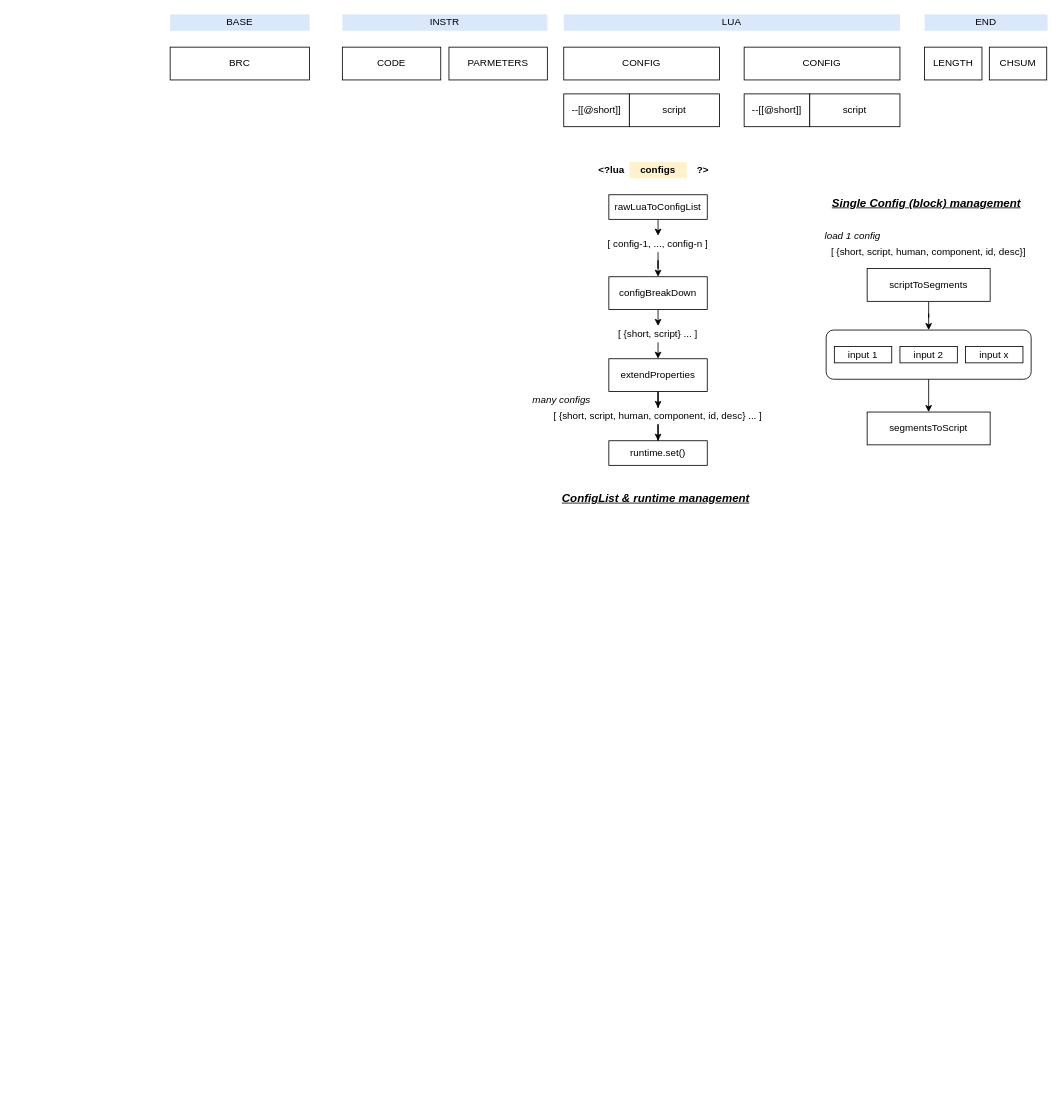
intechstudio/grid-editor keeps this draw.io diagram as page "parse scripts" (3 of 4) of doc-editor.drawio. Above is the earlier version. Source tidied: cells renumbered, new cells numbered last; positions are measured from the earlier drawing's top-left corner, leaving out a move shared by most shapes. Both pictures are drawn from the tidied source at 82%, with x=0, y=0 at pixel (170, 14).
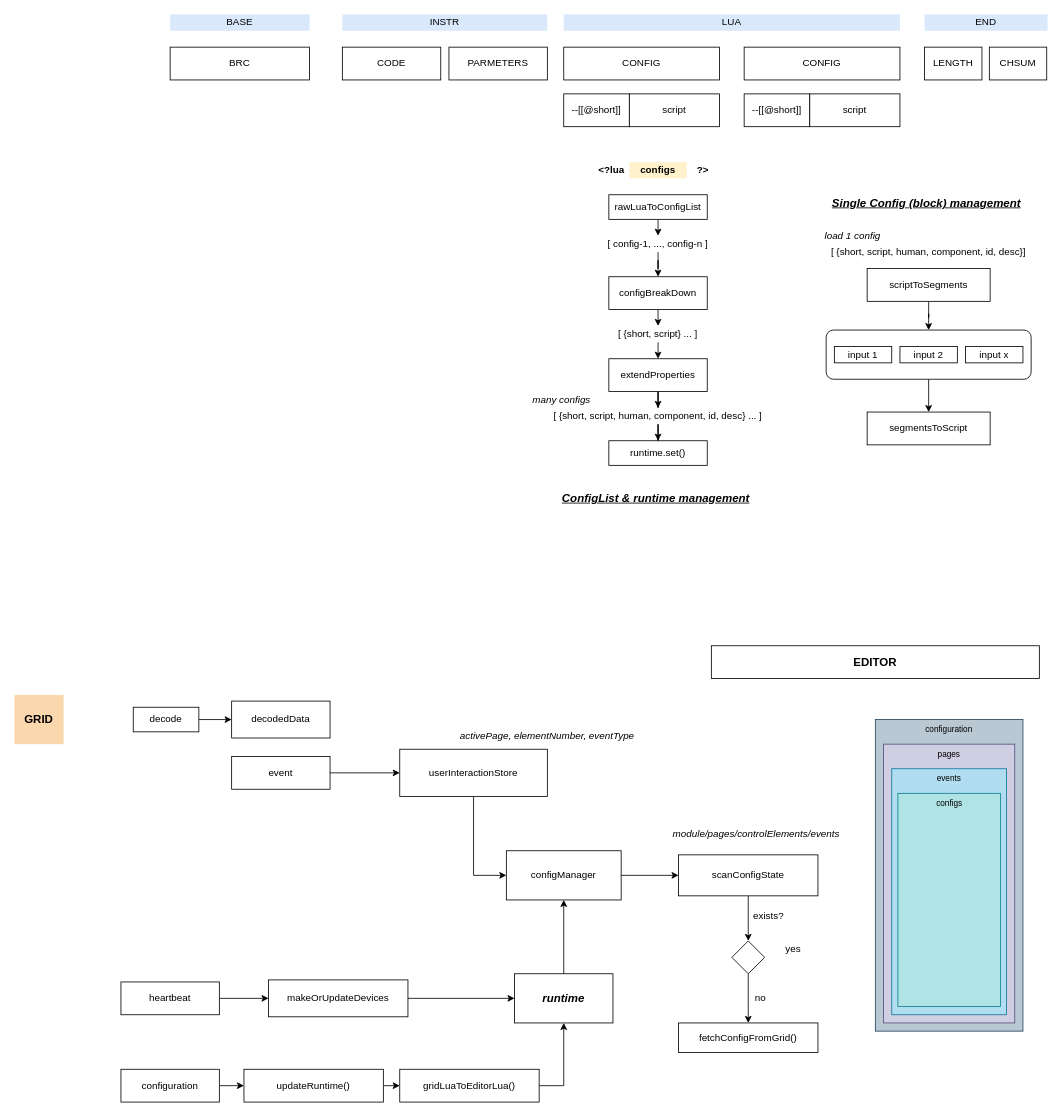
The same page after the edit.

Change to the diagram source:
```diff
@@
+    <mxCell id="48" value="configuration" style="rounded=0;whiteSpace=wrap;html=1;fontSize=10;verticalAlign=top;fillColor=#bac8d3;strokeColor=#23445d;" parent="1" vertex="1">
+      <mxGeometry x="860" y="860" width="180" height="380" as="geometry" />
+    </mxCell>
@@
+    <mxCell id="49" value="GRID" style="rounded=0;whiteSpace=wrap;html=1;fontStyle=1;fontSize=14;fillColor=#fad7ac;strokeColor=none;" parent="1" vertex="1">
+      <mxGeometry x="-190" y="830" width="60" height="60" as="geometry" />
+    </mxCell>
+    <mxCell id="50" value="EDITOR" style="rounded=0;whiteSpace=wrap;html=1;fontSize=14;fontStyle=1;" parent="1" vertex="1">
+      <mxGeometry x="660" y="770" width="400" height="40" as="geometry" />
+    </mxCell>
+    <mxCell id="51" style="edgeStyle=orthogonalEdgeStyle;rounded=0;jettySize=auto;html=1;exitX=0.5;exitY=0;exitDx=0;exitDy=0;fontSize=12;" parent="1" edge="1" source="52" target="72">
+      <mxGeometry relative="1" as="geometry" />
+    </mxCell>
+    <mxCell id="52" value="&lt;b&gt;runtime&lt;/b&gt;" style="rounded=0;whiteSpace=wrap;html=1;fontSize=14;fontStyle=2;" parent="1" vertex="1">
+      <mxGeometry x="420" y="1170" width="120" height="60" as="geometry" />
+    </mxCell>
+    <mxCell id="53" value="pages" style="rounded=0;whiteSpace=wrap;html=1;fontSize=10;verticalAlign=top;fillColor=#d0cee2;strokeColor=#56517e;" parent="1" vertex="1">
+      <mxGeometry x="870" y="890" width="160" height="340" as="geometry" />
+    </mxCell>
+    <mxCell id="54" value="events" style="rounded=0;whiteSpace=wrap;html=1;fontSize=10;verticalAlign=top;fillColor=#b1ddf0;strokeColor=#10739e;" parent="1" vertex="1">
+      <mxGeometry x="880" y="920" width="140" height="300" as="geometry" />
+    </mxCell>
+    <mxCell id="55" value="configs" style="rounded=0;whiteSpace=wrap;html=1;fontSize=10;verticalAlign=top;fillColor=#b0e3e6;strokeColor=#0e8088;" parent="1" vertex="1">
+      <mxGeometry x="887.5" y="950" width="125" height="260" as="geometry" />
+    </mxCell>
+    <mxCell id="56" style="edgeStyle=orthogonalEdgeStyle;rounded=0;jettySize=auto;html=1;exitX=1;exitY=0.5;exitDx=0;exitDy=0;fontSize=12;" parent="1" edge="1" source="57" target="58">
+      <mxGeometry relative="1" as="geometry" />
+    </mxCell>
+    <mxCell id="57" value="decode" style="rounded=0;whiteSpace=wrap;html=1;fontSize=12;" parent="1" vertex="1">
+      <mxGeometry x="-45" y="845" width="80" height="30" as="geometry" />
+    </mxCell>
+    <mxCell id="58" value="decodedData" style="rounded=0;whiteSpace=wrap;html=1;fontSize=12;" parent="1" vertex="1">
+      <mxGeometry x="75" y="837.5" width="120" height="45" as="geometry" />
+    </mxCell>
+    <mxCell id="59" style="edgeStyle=orthogonalEdgeStyle;rounded=0;jettySize=auto;html=1;exitX=1;exitY=0.5;exitDx=0;exitDy=0;fontSize=12;" parent="1" edge="1" source="60" target="65">
+      <mxGeometry relative="1" as="geometry" />
+    </mxCell>
+    <mxCell id="60" value="event" style="rounded=0;whiteSpace=wrap;html=1;fontSize=12;" parent="1" vertex="1">
+      <mxGeometry x="75" y="905" width="120" height="40" as="geometry" />
+    </mxCell>
+    <mxCell id="61" style="edgeStyle=orthogonalEdgeStyle;rounded=0;jettySize=auto;html=1;exitX=0.5;exitY=1;exitDx=0;exitDy=0;entryX=0.5;entryY=0;entryDx=0;entryDy=0;fontSize=12;" parent="1" edge="1" source="62" target="74">
+      <mxGeometry relative="1" as="geometry" />
+    </mxCell>
+    <mxCell id="62" value="scanConfigState" style="rounded=0;whiteSpace=wrap;html=1;fontSize=12;" parent="1" vertex="1">
+      <mxGeometry x="620" y="1025" width="170" height="50" as="geometry" />
+    </mxCell>
+    <mxCell id="63" value="module/pages/controlElements/events" style="text;html=1;strokeColor=none;fillColor=none;align=center;verticalAlign=middle;whiteSpace=wrap;rounded=0;fontSize=12;fontStyle=2;" parent="1" vertex="1">
+      <mxGeometry x="610" y="990" width="210" height="20" as="geometry" />
+    </mxCell>
+    <mxCell id="64" style="edgeStyle=orthogonalEdgeStyle;rounded=0;jettySize=auto;html=1;exitX=0.5;exitY=1;exitDx=0;exitDy=0;entryX=0;entryY=0.5;entryDx=0;entryDy=0;fontSize=12;" parent="1" edge="1" source="65" target="72">
+      <mxGeometry relative="1" as="geometry" />
+    </mxCell>
+    <mxCell id="65" value="userInteractionStore" style="rounded=0;whiteSpace=wrap;html=1;fontSize=12;" parent="1" vertex="1">
+      <mxGeometry x="280" y="896.2" width="180" height="57.5" as="geometry" />
+    </mxCell>
+    <mxCell id="66" style="edgeStyle=orthogonalEdgeStyle;rounded=0;jettySize=auto;html=1;exitX=1;exitY=0.5;exitDx=0;exitDy=0;fontSize=12;" parent="1" edge="1" source="67" target="69">
+      <mxGeometry relative="1" as="geometry" />
+    </mxCell>
+    <mxCell id="67" value="heartbeat" style="rounded=0;whiteSpace=wrap;html=1;fontSize=12;" parent="1" vertex="1">
+      <mxGeometry x="-60" y="1180" width="120" height="40" as="geometry" />
+    </mxCell>
+    <mxCell id="68" style="edgeStyle=orthogonalEdgeStyle;rounded=0;jettySize=auto;html=1;exitX=1;exitY=0.5;exitDx=0;exitDy=0;fontSize=12;" parent="1" edge="1" source="69" target="52">
+      <mxGeometry relative="1" as="geometry" />
+    </mxCell>
+    <mxCell id="69" value="makeOrUpdateDevices" style="rounded=0;whiteSpace=wrap;html=1;fontSize=12;" parent="1" vertex="1">
+      <mxGeometry x="120" y="1177.5" width="170" height="45" as="geometry" />
+    </mxCell>
+    <mxCell id="70" value="activePage, elementNumber, eventType" style="text;html=1;strokeColor=none;fillColor=none;align=center;verticalAlign=middle;whiteSpace=wrap;rounded=0;fontSize=12;fontStyle=2;" parent="1" vertex="1">
+      <mxGeometry x="330" y="870" width="260" height="20" as="geometry" />
+    </mxCell>
+    <mxCell id="71" style="edgeStyle=orthogonalEdgeStyle;rounded=0;jettySize=auto;html=1;exitX=1;exitY=0.5;exitDx=0;exitDy=0;fontSize=12;" parent="1" edge="1" source="72" target="62">
+      <mxGeometry relative="1" as="geometry" />
+    </mxCell>
+    <mxCell id="72" value="configManager" style="rounded=0;whiteSpace=wrap;html=1;fontSize=12;" parent="1" vertex="1">
+      <mxGeometry x="410" y="1020" width="140" height="60" as="geometry" />
+    </mxCell>
+    <mxCell id="73" style="edgeStyle=orthogonalEdgeStyle;rounded=0;jettySize=auto;html=1;exitX=0.5;exitY=1;exitDx=0;exitDy=0;fontSize=12;" parent="1" edge="1" source="74" target="78">
+      <mxGeometry relative="1" as="geometry" />
+    </mxCell>
+    <mxCell id="74" style="rhombus;whiteSpace=wrap;html=1;fontSize=12;" parent="1" vertex="1">
+      <mxGeometry x="685" y="1130" width="40" height="40" as="geometry" />
+    </mxCell>
+    <mxCell id="75" value="exists?" style="text;html=1;strokeColor=none;fillColor=none;align=center;verticalAlign=middle;whiteSpace=wrap;rounded=0;fontSize=12;" parent="1" vertex="1">
+      <mxGeometry x="710" y="1090" width="40" height="20" as="geometry" />
+    </mxCell>
+    <mxCell id="76" value="no" style="text;html=1;strokeColor=none;fillColor=none;align=center;verticalAlign=middle;whiteSpace=wrap;rounded=0;fontSize=12;" parent="1" vertex="1">
+      <mxGeometry x="700" y="1190" width="40" height="20" as="geometry" />
+    </mxCell>
+    <mxCell id="77" value="yes" style="text;html=1;strokeColor=none;fillColor=none;align=center;verticalAlign=middle;whiteSpace=wrap;rounded=0;fontSize=12;" parent="1" vertex="1">
+      <mxGeometry x="740" y="1130" width="40" height="20" as="geometry" />
+    </mxCell>
+    <mxCell id="78" value="fetchConfigFromGrid()" style="rounded=0;whiteSpace=wrap;html=1;fontSize=12;" parent="1" vertex="1">
+      <mxGeometry x="620" y="1230" width="170" height="36" as="geometry" />
+    </mxCell>
+    <mxCell id="79" style="edgeStyle=orthogonalEdgeStyle;rounded=0;jettySize=auto;html=1;exitX=1;exitY=0.5;exitDx=0;exitDy=0;entryX=0.5;entryY=1;entryDx=0;entryDy=0;fontSize=12;" parent="1" edge="1" source="80" target="52">
+      <mxGeometry relative="1" as="geometry" />
+    </mxCell>
+    <mxCell id="80" value="gridLuaToEditorLua()" style="rounded=0;whiteSpace=wrap;html=1;fontSize=12;" parent="1" vertex="1">
+      <mxGeometry x="280" y="1286.5" width="170" height="40" as="geometry" />
+    </mxCell>
+    <mxCell id="81" style="edgeStyle=orthogonalEdgeStyle;rounded=0;jettySize=auto;html=1;exitX=1;exitY=0.5;exitDx=0;exitDy=0;fontSize=12;entryX=0;entryY=0.5;entryDx=0;entryDy=0;" parent="1" edge="1" source="82" target="84">
+      <mxGeometry relative="1" as="geometry" />
+    </mxCell>
+    <mxCell id="82" value="configuration" style="rounded=0;whiteSpace=wrap;html=1;fontSize=12;" parent="1" vertex="1">
+      <mxGeometry x="-60" y="1286.5" width="120" height="40" as="geometry" />
+    </mxCell>
+    <mxCell id="83" style="edgeStyle=orthogonalEdgeStyle;rounded=0;jettySize=auto;html=1;exitX=1;exitY=0.5;exitDx=0;exitDy=0;entryX=0;entryY=0.5;entryDx=0;entryDy=0;fontSize=12;" parent="1" edge="1" source="84" target="80">
+      <mxGeometry relative="1" as="geometry" />
+    </mxCell>
+    <mxCell id="84" value="updateRuntime()" style="rounded=0;whiteSpace=wrap;html=1;fontSize=12;" parent="1" vertex="1">
+      <mxGeometry x="90" y="1286.5" width="170" height="40" as="geometry" />
+    </mxCell>
```
